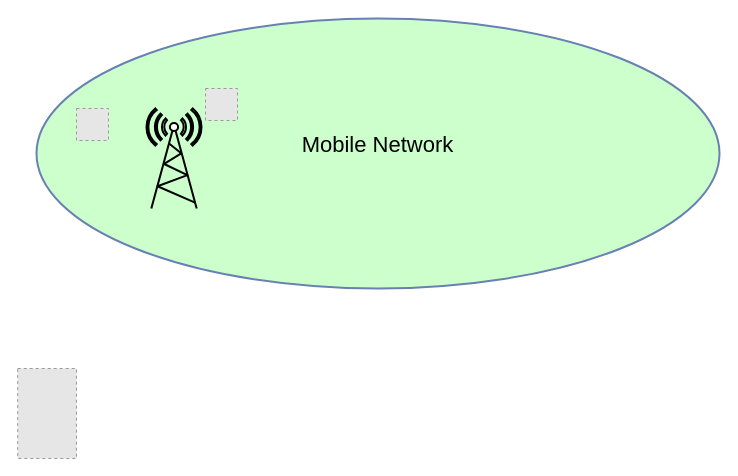
gughets/mrleo keeps this draw.io diagram as Untitled Diagram.drawio. Above is the earlier version. Source tidied: cells renumbered, new cells numbered last; positions are measured from the earlier drawing's top-left corner, leaving out a move shared by most shapes. Both pictures are drawn from the tidied source at 100%, with x=0, y=0 at pixel (17, 18). Pictures stored in the file or linked from it are replaced by grey dashed boxes.
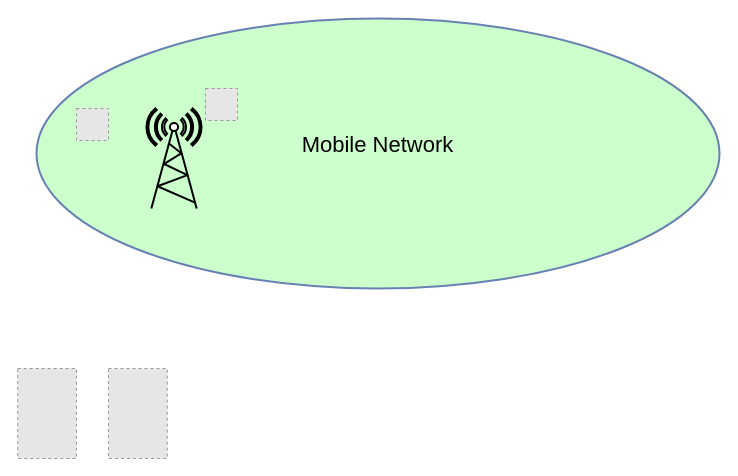
Above is the later version.

Change to the diagram source:
```diff
@@
 <mxGraphModel>
   <root>
     <mxCell id="0" />
     <mxCell id="1" parent="0" />
     <mxCell id="2" value="Mobile Network" style="ellipse;whiteSpace=wrap;html=1;rounded=1;shadow=0;comic=0;labelBackgroundColor=none;strokeColor=#6881B3;strokeWidth=2;fillColor=#CCFFCC;fontFamily=Helvetica;fontSize=22;fontColor=#000000;verticalAlign=middle;gradientColor=none;gradientDirection=north;spacingBottom=17;" parent="1" vertex="1">
       <mxGeometry x="19" width="683" height="270" as="geometry" />
     </mxCell>
     <mxCell id="3" style="fontColor=#0066CC;verticalAlign=top;verticalLabelPosition=bottom;labelPosition=center;align=center;html=1;fillColor=#FFFFFF;strokeColor=#000000;gradientColor=none;gradientDirection=north;strokeWidth=2;shape=mxgraph.networks.radio_tower;rounded=1;shadow=0;comic=0;labelBackgroundColor=none;" parent="1" vertex="1">
       <mxGeometry x="129" y="90" width="55" height="100" as="geometry" />
     </mxCell>
     <mxCell id="4" style="fillColor=#E6E6E6;strokeColor=#999999;dashed=1;html=1;verticalAlign=top;verticalLabelPosition=bottom;labelBackgroundColor=#ffffff;fontColor=#0066CC;" parent="1" vertex="1">
       <mxGeometry x="188" y="70" width="32" height="32" as="geometry" />
     </mxCell>
     <mxCell id="5" style="fillColor=#E6E6E6;strokeColor=#999999;dashed=1;html=1;verticalAlign=top;verticalLabelPosition=bottom;labelBackgroundColor=#ffffff;fontColor=#0066CC;" parent="1" vertex="1">
       <mxGeometry x="59" y="90" width="32" height="32" as="geometry" />
     </mxCell>
     <mxCell id="6" style="fillColor=#E6E6E6;strokeColor=#999999;dashed=1;verticalLabelPosition=bottom;labelBackgroundColor=default;verticalAlign=top;" parent="1" vertex="1">
       <mxGeometry x="0.2" y="350" width="58.8" height="90" as="geometry" />
     </mxCell>
+    <mxCell id="7" style="fillColor=#E6E6E6;strokeColor=#999999;dashed=1;verticalLabelPosition=bottom;labelBackgroundColor=default;verticalAlign=top;" parent="1" vertex="1">
+      <mxGeometry x="91" y="350" width="58.8" height="90" as="geometry" />
+    </mxCell>
   </root>
 </mxGraphModel>
```
